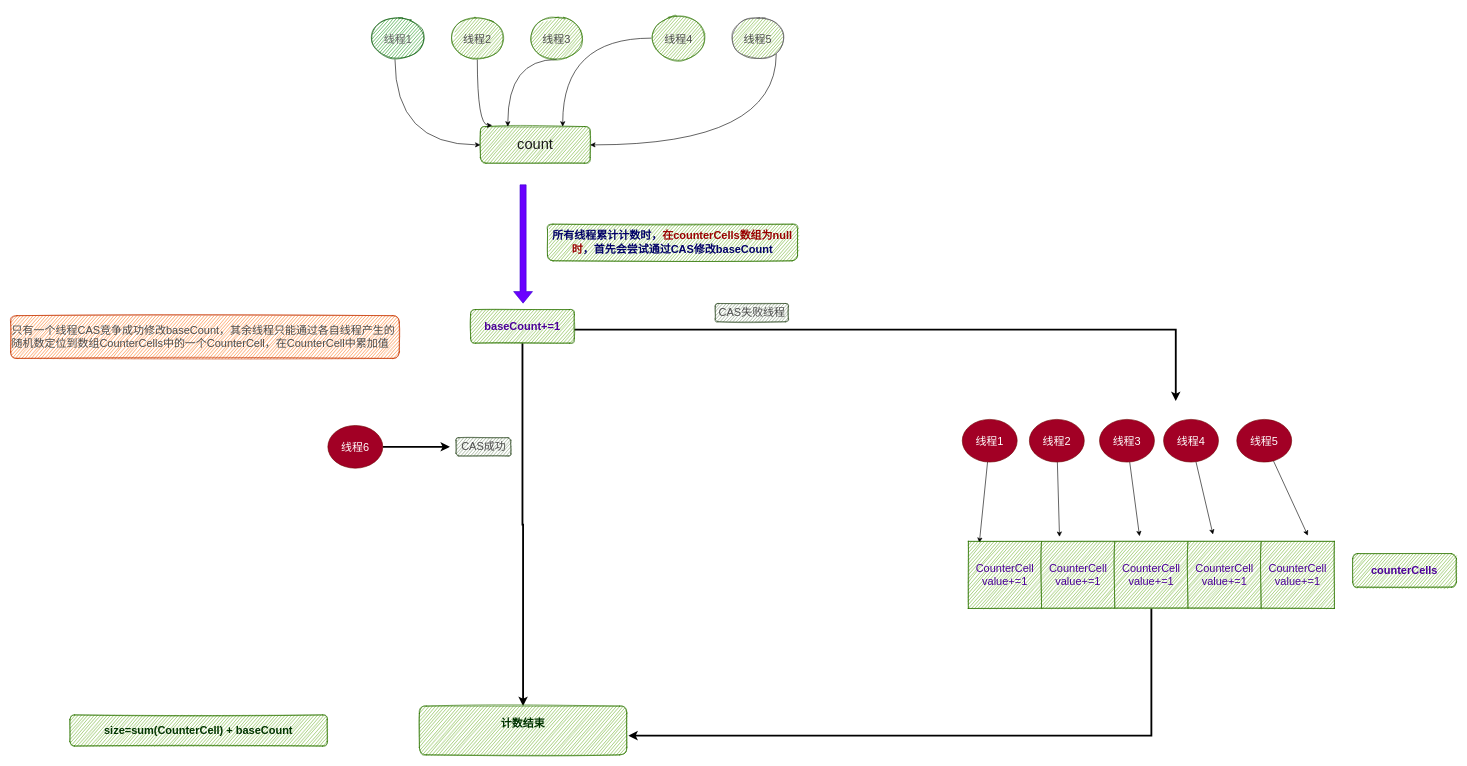
The draw.io diagram page "计数原理" (10 of 12) of thread/concurrentHashMap-addCount.drawio in mydlxy/draw, before the edit. Source tidied: cells renumbered, new cells numbered last; positions are measured from the earlier drawing's top-left corner, leaving out a move shared by most shapes. Both pictures are drawn from the tidied source at 61%, with x=0, y=0 at pixel (10, 16).
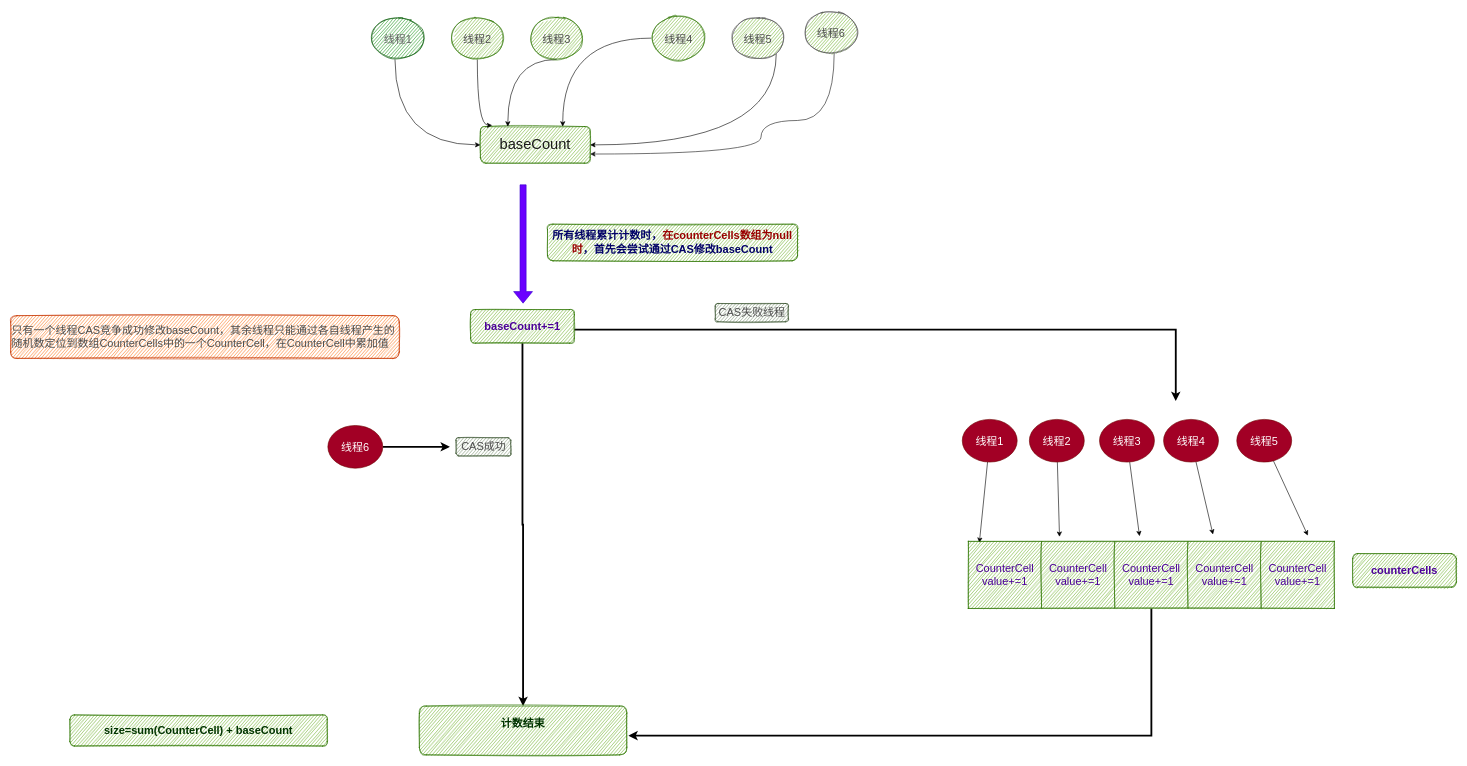
The same diagram, later.

The edit, as a diff of the source:
```diff
@@
-    <mxCell id="2" value="&lt;font color=&quot;#1a1a1a&quot;&gt;count&lt;/font&gt;" style="rounded=1;whiteSpace=wrap;html=1;fontSize=24;fontColor=#ffffff;sketch=1;fillColor=#60a917;strokeColor=#2D7600;" parent="1" vertex="1">
+    <mxCell id="2" value="&lt;font color=&quot;#1a1a1a&quot;&gt;baseCount&lt;/font&gt;" style="rounded=1;whiteSpace=wrap;html=1;fontSize=24;fontColor=#ffffff;sketch=1;fillColor=#60a917;strokeColor=#2D7600;" parent="1" vertex="1">
       <mxGeometry x="770" y="180" width="180" height="60" as="geometry" />
     </mxCell>
@@
+    <mxCell id="44" style="edgeStyle=orthogonalEdgeStyle;curved=1;rounded=0;jettySize=auto;html=1;entryX=1;entryY=0.75;entryDx=0;entryDy=0;fontFamily=Comic Sans MS;fontSize=18;fontColor=#003300;strokeColor=#1A1A1A;strokeWidth=1;" parent="1" edge="1" source="45" target="2">
+      <mxGeometry relative="1" as="geometry">
+        <Array as="points">
+          <mxPoint x="1350" y="170" />
+          <mxPoint x="1230" y="170" />
+          <mxPoint x="1230" y="225" />
+        </Array>
+      </mxGeometry>
+    </mxCell>
+    <mxCell id="45" value="&lt;font color=&quot;#4d4d4d&quot; style=&quot;font-size: 18px;&quot;&gt;线程6&lt;/font&gt;" style="ellipse;whiteSpace=wrap;html=1;fontSize=24;fontColor=#ffffff;sketch=1;fillColor=#60a917;strokeColor=#4D4D4D;" parent="1" vertex="1">
+      <mxGeometry x="1300" y="-10" width="90" height="70" as="geometry" />
+    </mxCell>
```
